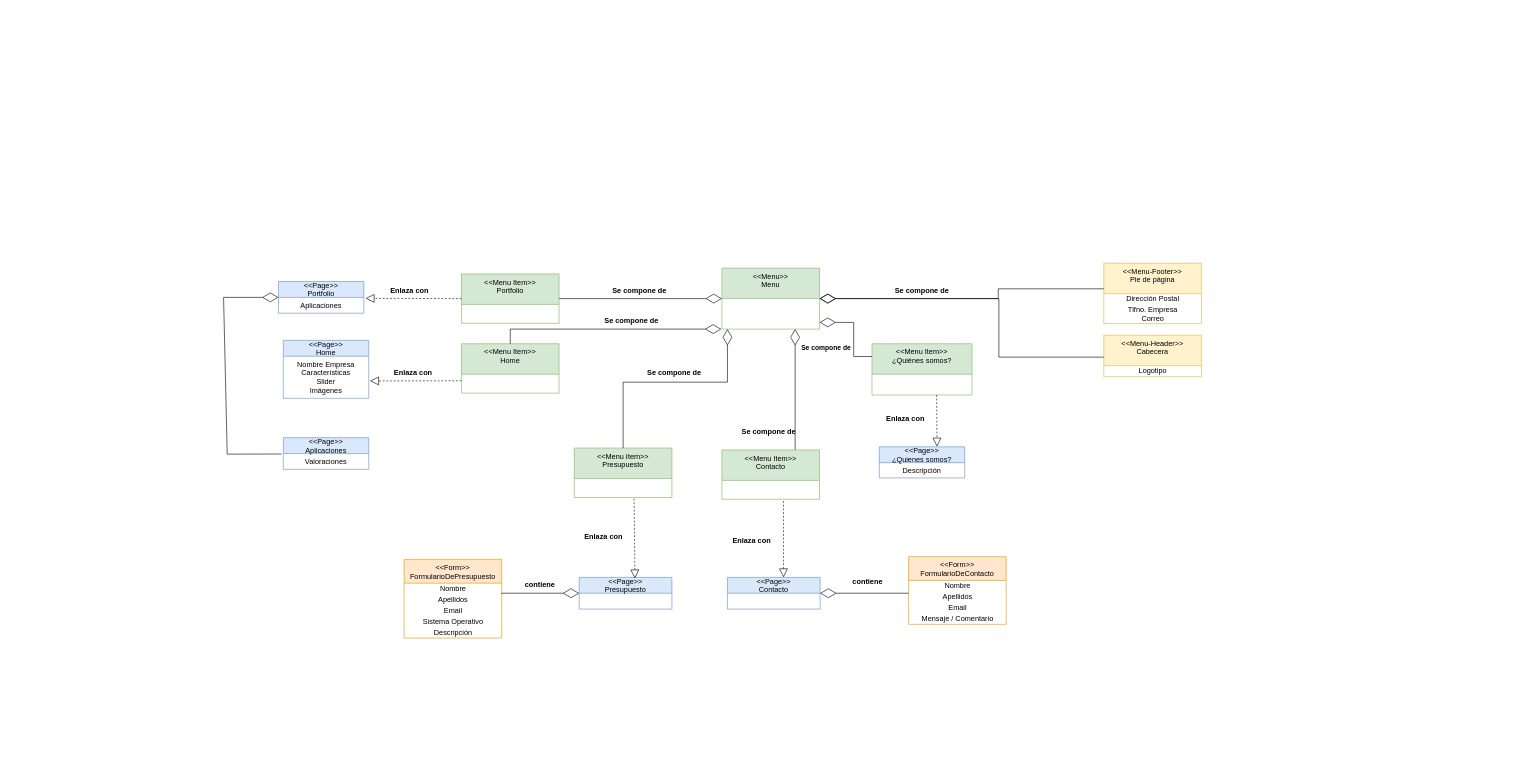
The draw.io diagram Entrega 2 (5 Noviembre)/Documentación Análisis/UML CMS-2 v2.drawio in EsDeSepa/GSI-2122-G04, before the edit. Source tidied: cells renumbered, new cells numbered last; positions are measured from the earlier drawing's top-left corner, leaving out a move shared by most shapes. Both pictures are drawn from the tidied source at 61%, with x=0, y=0 at pixel (223, 263).
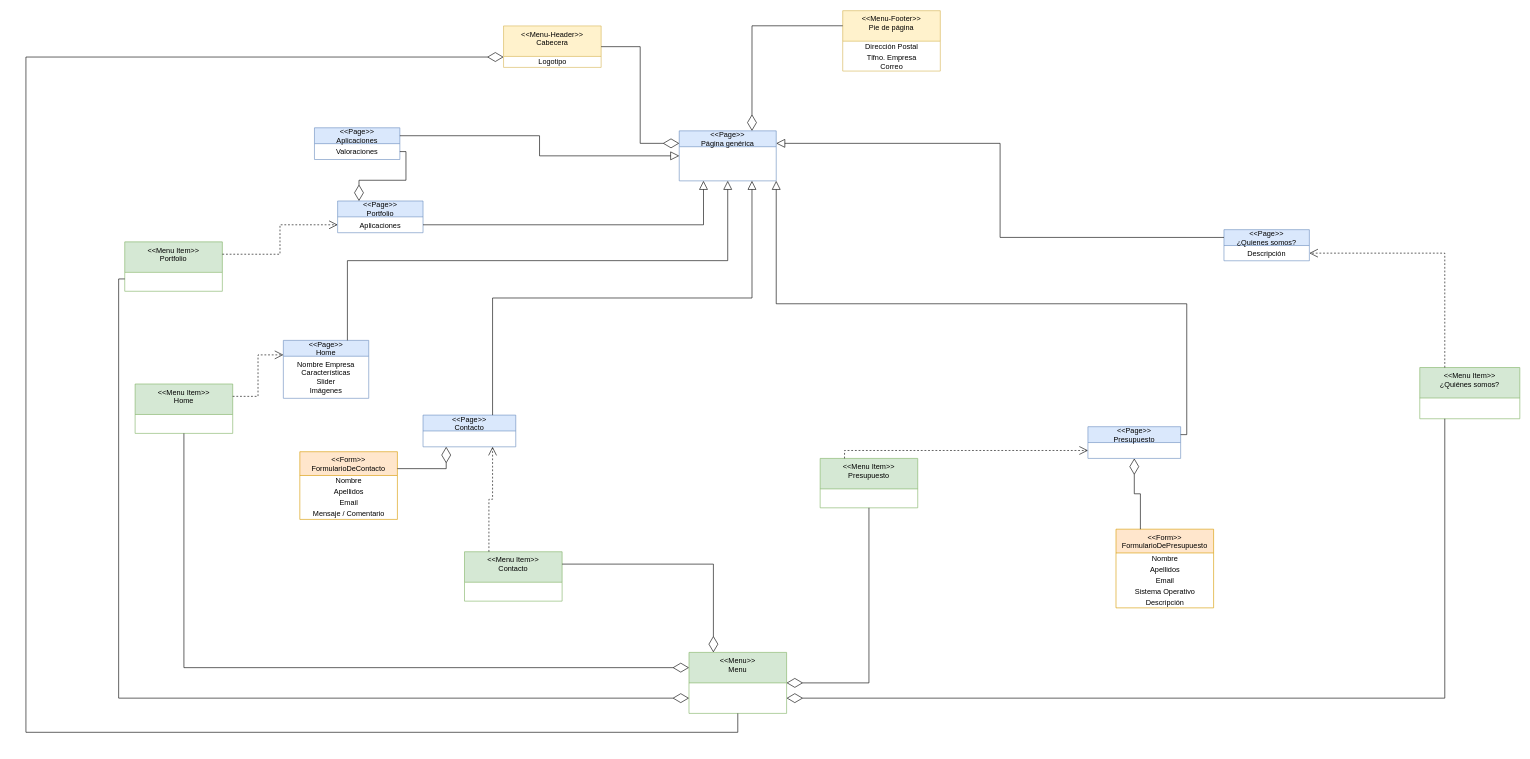
After the change.

Commit message:
Mejora UML

Unchanged cells that the change refers to:
```xml
<mxCell id="27" value="Aplicaciones&#10;" style="text;strokeColor=none;fillColor=none;align=center;verticalAlign=top;spacingLeft=4;spacingRight=4;overflow=hidden;points=[[0,0.5],[1,0.5]];portConstraint=eastwest;" parent="26" vertex="1">
  <mxGeometry y="26" width="140" height="26" as="geometry" />
</mxCell>
<mxCell id="28" value="&lt;&lt;Page&gt;&gt;&#10;Home" style="swimlane;fontStyle=0;horizontal=1;startSize=26;fillColor=#dae8fc;align=center;strokeColor=#6c8ebf;" parent="1" vertex="1">
  <mxGeometry x="98" y="126.5" width="140" height="95" as="geometry" />
</mxCell>
<mxCell id="35" value="Descripción" style="text;strokeColor=none;fillColor=none;align=center;verticalAlign=top;spacingLeft=4;spacingRight=4;overflow=hidden;points=[[0,0.5],[1,0.5]];portConstraint=eastwest;" parent="34" vertex="1">
  <mxGeometry y="26" width="140" height="25" as="geometry" />
</mxCell>
<mxCell id="50" value="Valoraciones" style="text;strokeColor=none;fillColor=none;align=center;verticalAlign=top;spacingLeft=4;spacingRight=4;overflow=hidden;points=[[0,0.5],[1,0.5]];portConstraint=eastwest;" parent="49" vertex="1">
  <mxGeometry y="26" width="140" height="26" as="geometry" />
</mxCell>
```

The edit, as a diff of the source:
```diff
@@
     <mxCell id="2" value="&lt;&lt;Menu&gt;&gt;&#10;Menu" style="swimlane;fontStyle=0;align=center;verticalAlign=top;horizontal=1;startSize=50;fillColor=#d5e8d4;strokeColor=#82b366;" parent="1" vertex="1">
-      <mxGeometry x="817" y="8" width="160" height="100" as="geometry" />
+      <mxGeometry x="763" y="638" width="160" height="100" as="geometry" />
     </mxCell>
     <mxCell id="3" value="&lt;&lt;Menu Item&gt;&gt;&#10;Portfolio" style="swimlane;fontStyle=0;align=center;verticalAlign=top;horizontal=1;startSize=50;fillColor=#d5e8d4;strokeColor=#82b366;" parent="1" vertex="1">
-      <mxGeometry x="390" y="17.5" width="160" height="81" as="geometry" />
+      <mxGeometry x="-162" y="-35" width="160" height="81" as="geometry" />
     </mxCell>
     <mxCell id="4" value="&lt;&lt;Menu Item&gt;&gt;&#10;¿Quiénes somos?" style="swimlane;fontStyle=0;align=center;verticalAlign=top;horizontal=1;startSize=50;fillColor=#d5e8d4;strokeColor=#82b366;" parent="1" vertex="1">
-      <mxGeometry x="1063" y="132" width="164" height="84" as="geometry" />
+      <mxGeometry x="1961" y="171" width="164" height="84" as="geometry" />
     </mxCell>
     <mxCell id="5" value="&lt;&lt;Menu Item&gt;&gt;&#10;Presupuesto" style="swimlane;fontStyle=0;align=center;verticalAlign=top;horizontal=1;startSize=50;fillColor=#d5e8d4;strokeColor=#82b366;" parent="1" vertex="1">
-      <mxGeometry x="575" y="303" width="160" height="81" as="geometry" />
+      <mxGeometry x="978" y="320" width="160" height="81" as="geometry" />
     </mxCell>
     <mxCell id="6" value="&lt;&lt;Form&gt;&gt;&#10;FormularioDeContacto" style="swimlane;fontStyle=0;align=center;verticalAlign=top;horizontal=1;startSize=39;fillColor=#ffe6cc;strokeColor=#d79b00;" parent="1" vertex="1">
-      <mxGeometry x="1123" y="481" width="160" height="111" as="geometry" />
+      <mxGeometry x="125" y="309" width="160" height="111" as="geometry" />
     </mxCell>
@@
     <mxCell id="11" value="&lt;&lt;Menu-Header&gt;&gt;&#10;Cabecera" style="swimlane;fontStyle=0;align=center;verticalAlign=top;horizontal=1;startSize=50;fillColor=#fff2cc;strokeColor=#d6b656;" parent="1" vertex="1">
-      <mxGeometry x="1443" y="118" width="160" height="68" as="geometry" />
+      <mxGeometry x="459" y="-389" width="160" height="68" as="geometry" />
     </mxCell>
@@
     <mxCell id="13" value="&lt;&lt;Menu-Footer&gt;&gt;&#10;Pie de página" style="swimlane;fontStyle=0;align=center;verticalAlign=top;horizontal=1;startSize=50;fillColor=#fff2cc;strokeColor=#d6b656;" parent="1" vertex="1">
-      <mxGeometry x="1443" width="160" height="99" as="geometry" />
+      <mxGeometry x="1015" y="-414" width="160" height="99" as="geometry" />
     </mxCell>
@@
-    <mxCell id="16" style="endArrow=diamondThin;endFill=0;endSize=24;html=1;rounded=0;edgeStyle=orthogonalEdgeStyle;" parent="1" edge="1" source="11" target="2">
-      <mxGeometry relative="1" as="geometry">
-        <Array as="points">
-          <mxPoint x="1520" y="154" />
-          <mxPoint x="1271" y="154" />
-          <mxPoint x="1271" y="58" />
-        </Array>
-      </mxGeometry>
-    </mxCell>
     <mxCell id="17" value="&lt;&lt;Form&gt;&gt;&#10;FormularioDePresupuesto" style="swimlane;fontStyle=0;align=center;verticalAlign=top;horizontal=1;startSize=39;fillColor=#ffe6cc;strokeColor=#d79b00;" parent="1" vertex="1">
-      <mxGeometry x="296" y="485.5" width="160" height="129" as="geometry" />
+      <mxGeometry x="1463" y="436" width="160" height="129" as="geometry" />
     </mxCell>
@@
     <mxCell id="23" value="&lt;&lt;Menu Item&gt;&gt;&#10;Contacto" style="swimlane;fontStyle=0;align=center;verticalAlign=top;horizontal=1;startSize=50;fillColor=#d5e8d4;strokeColor=#82b366;" parent="1" vertex="1">
-      <mxGeometry x="817" y="306" width="160" height="81" as="geometry" />
+      <mxGeometry x="395" y="473" width="160" height="81" as="geometry" />
     </mxCell>
-    <mxCell id="24" style="endArrow=diamondThin;endFill=0;endSize=24;html=1;rounded=0;edgeStyle=orthogonalEdgeStyle;" parent="1" edge="1" source="13" target="2">
-      <mxGeometry relative="1" as="geometry">
-        <Array as="points">
-          <mxPoint x="1270" y="42" />
-          <mxPoint x="1270" y="58" />
-        </Array>
-      </mxGeometry>
-    </mxCell>
     <mxCell id="25" value="&lt;&lt;Menu Item&gt;&gt;&#10;Home" style="swimlane;fontStyle=0;align=center;verticalAlign=top;horizontal=1;startSize=50;fillColor=#d5e8d4;strokeColor=#82b366;" parent="1" vertex="1">
-      <mxGeometry x="390" y="132" width="160" height="81" as="geometry" />
+      <mxGeometry x="-145" y="198" width="160" height="81" as="geometry" />
     </mxCell>
     <mxCell id="26" value="&lt;&lt;Page&gt;&gt;&#10;Portfolio" style="swimlane;fontStyle=0;horizontal=1;startSize=26;fillColor=#dae8fc;align=center;strokeColor=#6c8ebf;" parent="1" vertex="1">
-      <mxGeometry x="90" y="30" width="140" height="52" as="geometry" />
+      <mxGeometry x="187" y="-102" width="140" height="52" as="geometry" />
     </mxCell>
@@
     <mxCell id="30" value="&lt;&lt;Page&gt;&gt;&#10;Presupuesto" style="swimlane;fontStyle=0;horizontal=1;startSize=26;fillColor=#dae8fc;align=center;strokeColor=#6c8ebf;" parent="1" vertex="1">
-      <mxGeometry x="583" y="515" width="152" height="52" as="geometry" />
+      <mxGeometry x="1417" y="268" width="152" height="52" as="geometry" />
     </mxCell>
-    <mxCell id="31" style="endArrow=diamondThin;endFill=0;endSize=24;html=1;rounded=0;entryX=0;entryY=0.5;entryDx=0;entryDy=0;" parent="1" edge="1" target="30">
-      <mxGeometry relative="1" as="geometry">
-        <mxPoint x="455" y="541" as="sourcePoint" />
-      </mxGeometry>
+    <mxCell id="31" style="endArrow=diamondThin;endFill=0;endSize=24;html=1;rounded=0;exitX=0.25;exitY=0;exitDx=0;exitDy=0;entryX=0.5;entryY=1;entryDx=0;entryDy=0;edgeStyle=orthogonalEdgeStyle;" parent="1" edge="1" source="17" target="30">
+      <mxGeometry relative="1" as="geometry" />
     </mxCell>
     <mxCell id="32" value="&lt;&lt;Page&gt;&gt;&#10;Contacto" style="swimlane;fontStyle=0;horizontal=1;startSize=26;fillColor=#dae8fc;align=center;strokeColor=#6c8ebf;" parent="1" vertex="1">
-      <mxGeometry x="826" y="515" width="152" height="52" as="geometry" />
+      <mxGeometry x="327" y="249" width="152" height="52" as="geometry" />
     </mxCell>
-    <mxCell id="33" style="endArrow=diamondThin;endFill=0;endSize=24;html=1;rounded=0;entryX=1;entryY=0.5;entryDx=0;entryDy=0;" parent="1" edge="1" target="32">
-      <mxGeometry relative="1" as="geometry">
-        <mxPoint x="1123" y="541" as="sourcePoint" />
-      </mxGeometry>
-    </mxCell>
     <mxCell id="34" value="&lt;&lt;Page&gt;&gt;&#10;¿Quienes somos?" style="swimlane;fontStyle=0;horizontal=1;startSize=26;fillColor=#dae8fc;align=center;strokeColor=#6c8ebf;" parent="1" vertex="1">
-      <mxGeometry x="1075" y="301" width="140" height="51" as="geometry" />
+      <mxGeometry x="1640" y="-55" width="140" height="51" as="geometry" />
     </mxCell>
@@
-    <mxCell id="36" value="Enlaza con" style="text;align=center;fontStyle=1;verticalAlign=middle;spacingLeft=3;spacingRight=3;strokeColor=none;" parent="1" vertex="1">
-      <mxGeometry x="265" y="33" width="80" height="22" as="geometry" />
-    </mxCell>
-    <mxCell id="37" value="Enlaza con" style="text;align=center;fontStyle=1;verticalAlign=middle;spacingLeft=3;spacingRight=3;strokeColor=none;" parent="1" vertex="1">
-      <mxGeometry x="271" y="168" width="80" height="22" as="geometry" />
-    </mxCell>
-    <mxCell id="38" value="Enlaza con" style="text;align=center;fontStyle=1;verticalAlign=middle;spacingLeft=3;spacingRight=3;strokeColor=none;" parent="1" vertex="1">
-      <mxGeometry x="826" y="443" width="80" height="22" as="geometry" />
-    </mxCell>
-    <mxCell id="39" value="Enlaza con" style="text;align=center;fontStyle=1;verticalAlign=middle;spacingLeft=3;spacingRight=3;strokeColor=none;" parent="1" vertex="1">
-      <mxGeometry x="583" y="436" width="80" height="22" as="geometry" />
-    </mxCell>
-    <mxCell id="40" value="Enlaza con" style="text;align=center;fontStyle=1;verticalAlign=middle;spacingLeft=3;spacingRight=3;strokeColor=none;" parent="1" vertex="1">
-      <mxGeometry x="1078" y="243" width="80" height="22" as="geometry" />
-    </mxCell>
-    <mxCell id="41" value="Se compone de" style="text;align=center;fontStyle=1;verticalAlign=middle;spacingLeft=3;spacingRight=3;strokeColor=none;" parent="1" vertex="1">
-      <mxGeometry x="1105" y="33" width="80" height="22" as="geometry" />
-    </mxCell>
-    <mxCell id="42" value="Se compone de" style="text;align=center;fontStyle=1;verticalAlign=middle;spacingLeft=3;spacingRight=3;strokeColor=none;" parent="1" vertex="1">
-      <mxGeometry x="642" y="33" width="80" height="22" as="geometry" />
-    </mxCell>
-    <mxCell id="43" value="Se compone de" style="text;align=center;fontStyle=1;verticalAlign=middle;spacingLeft=3;spacingRight=3;strokeColor=none;" parent="1" vertex="1">
-      <mxGeometry x="629" y="82" width="80" height="22" as="geometry" />
-    </mxCell>
-    <mxCell id="44" value="Se compone de" style="text;align=center;fontStyle=1;verticalAlign=middle;spacingLeft=3;spacingRight=3;strokeColor=none;" parent="1" vertex="1">
-      <mxGeometry x="854" y="265" width="80" height="22" as="geometry" />
-    </mxCell>
-    <mxCell id="45" value="Se compone de" style="text;align=center;fontStyle=1;verticalAlign=middle;spacingLeft=3;spacingRight=3;strokeColor=none;fontSize=11;" parent="1" vertex="1">
-      <mxGeometry x="948" y="126.5" width="80" height="22" as="geometry" />
-    </mxCell>
-    <mxCell id="46" value="Se compone de" style="text;align=center;fontStyle=1;verticalAlign=middle;spacingLeft=3;spacingRight=3;strokeColor=none;" parent="1" vertex="1">
-      <mxGeometry x="699" y="168" width="80" height="22" as="geometry" />
-    </mxCell>
-    <mxCell id="47" value="contiene" style="text;align=center;fontStyle=1;verticalAlign=middle;spacingLeft=3;spacingRight=3;strokeColor=none;" parent="1" vertex="1">
-      <mxGeometry x="479" y="515" width="80" height="22" as="geometry" />
-    </mxCell>
-    <mxCell id="48" value="contiene" style="text;align=center;fontStyle=1;verticalAlign=middle;spacingLeft=3;spacingRight=3;strokeColor=none;" parent="1" vertex="1">
-      <mxGeometry x="1016" y="511" width="80" height="22" as="geometry" />
-    </mxCell>
     <mxCell id="49" value="&lt;&lt;Page&gt;&gt;&#10;Aplicaciones" style="swimlane;fontStyle=0;horizontal=1;startSize=26;fillColor=#dae8fc;align=center;strokeColor=#6c8ebf;" parent="1" vertex="1">
-      <mxGeometry x="98" y="286" width="140" height="52" as="geometry" />
+      <mxGeometry x="149" y="-222" width="140" height="52" as="geometry" />
     </mxCell>
@@
-    <mxCell id="51" style="endArrow=diamondThin;endFill=0;endSize=24;html=1;rounded=0;entryX=0;entryY=0.5;entryDx=0;entryDy=0;exitX=-0.02;exitY=0.031;exitDx=0;exitDy=0;exitPerimeter=0;" parent="1" edge="1" source="50" target="26">
-      <mxGeometry relative="1" as="geometry">
-        <Array as="points">
-          <mxPoint x="6" y="313" />
-          <mxPoint y="56" />
-        </Array>
-      </mxGeometry>
+    <mxCell id="51" style="endArrow=diamondThin;endFill=0;endSize=24;html=1;rounded=0;entryX=0.25;entryY=0;entryDx=0;entryDy=0;exitX=1;exitY=0.5;exitDx=0;exitDy=0;edgeStyle=orthogonalEdgeStyle;" parent="1" edge="1" source="50" target="26">
+      <mxGeometry relative="1" as="geometry" />
     </mxCell>
-    <mxCell id="52" style="endArrow=diamondThin;endFill=0;endSize=24;html=1;rounded=0;entryX=0;entryY=0.5;entryDx=0;entryDy=0;exitX=1;exitY=0.5;exitDx=0;exitDy=0;" parent="1" edge="1" source="3" target="2">
+    <mxCell id="52" style="endArrow=diamondThin;endFill=0;endSize=24;html=1;rounded=0;entryX=0;entryY=0.75;entryDx=0;entryDy=0;exitX=0;exitY=0.75;exitDx=0;exitDy=0;edgeStyle=orthogonalEdgeStyle;" parent="1" edge="1" source="3" target="2">
       <mxGeometry relative="1" as="geometry" />
     </mxCell>
-    <mxCell id="53" style="endArrow=diamondThin;endFill=0;endSize=24;html=1;rounded=0;exitX=0.5;exitY=0;exitDx=0;exitDy=0;" parent="1" edge="1" source="25">
-      <mxGeometry relative="1" as="geometry">
-        <mxPoint x="816" y="108" as="targetPoint" />
-        <Array as="points">
-          <mxPoint x="470" y="108" />
-        </Array>
-      </mxGeometry>
+    <mxCell id="53" style="endArrow=diamondThin;endFill=0;endSize=24;html=1;rounded=0;exitX=0.5;exitY=1;exitDx=0;exitDy=0;entryX=0;entryY=0.25;entryDx=0;entryDy=0;edgeStyle=orthogonalEdgeStyle;" parent="1" edge="1" source="25" target="2">
+      <mxGeometry relative="1" as="geometry" />
     </mxCell>
-    <mxCell id="54" style="endArrow=diamondThin;endFill=0;endSize=24;html=1;rounded=0;exitX=0.5;exitY=0;exitDx=0;exitDy=0;" parent="1" edge="1" source="5">
-      <mxGeometry relative="1" as="geometry">
-        <mxPoint x="826" y="108" as="targetPoint" />
-        <Array as="points">
-          <mxPoint x="655" y="195" />
-          <mxPoint x="826" y="195" />
-        </Array>
-      </mxGeometry>
+    <mxCell id="54" style="endArrow=diamondThin;endFill=0;endSize=24;html=1;rounded=0;exitX=0.5;exitY=1;exitDx=0;exitDy=0;entryX=1;entryY=0.5;entryDx=0;entryDy=0;edgeStyle=orthogonalEdgeStyle;" parent="1" edge="1" source="5" target="2">
+      <mxGeometry relative="1" as="geometry" />
     </mxCell>
-    <mxCell id="55" style="endArrow=diamondThin;endFill=0;endSize=24;html=1;rounded=0;exitX=0.75;exitY=0;exitDx=0;exitDy=0;entryX=0.75;entryY=1;entryDx=0;entryDy=0;" parent="1" edge="1" source="23" target="2">
+    <mxCell id="55" style="endArrow=diamondThin;endFill=0;endSize=24;html=1;rounded=0;exitX=1;exitY=0.25;exitDx=0;exitDy=0;entryX=0.25;entryY=0;entryDx=0;entryDy=0;edgeStyle=orthogonalEdgeStyle;" parent="1" edge="1" source="23" target="2">
       <mxGeometry relative="1" as="geometry" />
     </mxCell>
-    <mxCell id="56" style="endArrow=diamondThin;endFill=0;endSize=24;html=1;rounded=0;exitX=0;exitY=0.25;exitDx=0;exitDy=0;" parent="1" edge="1" source="4">
-      <mxGeometry relative="1" as="geometry">
-        <mxPoint x="977" y="97" as="targetPoint" />
-        <Array as="points">
-          <mxPoint x="1033" y="153" />
-          <mxPoint x="1033" y="97" />
-        </Array>
-      </mxGeometry>
+    <mxCell id="56" style="endArrow=diamondThin;endFill=0;endSize=24;html=1;rounded=0;exitX=0.25;exitY=1;exitDx=0;exitDy=0;entryX=1;entryY=0.75;entryDx=0;entryDy=0;edgeStyle=orthogonalEdgeStyle;" parent="1" edge="1" source="4" target="2">
+      <mxGeometry relative="1" as="geometry" />
     </mxCell>
+    <mxCell id="62" value="&lt;&lt;Page&gt;&gt;&#10;Página genérica" style="swimlane;fontStyle=0;horizontal=1;startSize=26;fillColor=#dae8fc;align=center;strokeColor=#6c8ebf;" parent="1" vertex="1" collapsed="1">
+      <mxGeometry x="747" y="-217" width="159" height="82" as="geometry" />
+    </mxCell>
+    <mxCell id="63" style="endArrow=diamondThin;endFill=0;endSize=24;html=1;rounded=0;edgeStyle=orthogonalEdgeStyle;entryX=0;entryY=0.75;entryDx=0;entryDy=0;exitX=0.5;exitY=1;exitDx=0;exitDy=0;" parent="1" edge="1" source="2" target="11">
+      <mxGeometry relative="1" as="geometry">
+        <Array as="points">
+          <mxPoint x="843" y="769" />
+          <mxPoint x="-324" y="769" />
+          <mxPoint x="-324" y="-338" />
+        </Array>
+      </mxGeometry>
+    </mxCell>
+    <mxCell id="64" style="endArrow=diamondThin;endFill=0;endSize=24;html=1;rounded=0;edgeStyle=orthogonalEdgeStyle;entryX=0;entryY=0.25;entryDx=0;entryDy=0;exitX=1;exitY=0.5;exitDx=0;exitDy=0;" parent="1" edge="1" source="11" target="62">
+      <mxGeometry relative="1" as="geometry" />
+    </mxCell>
+    <mxCell id="65" style="endArrow=diamondThin;endFill=0;endSize=24;html=1;rounded=0;edgeStyle=orthogonalEdgeStyle;entryX=0.75;entryY=0;entryDx=0;entryDy=0;exitX=0;exitY=0.25;exitDx=0;exitDy=0;" parent="1" edge="1" source="13" target="62">
+      <mxGeometry relative="1" as="geometry" />
+    </mxCell>
+    <mxCell id="66" style="endArrow=block;endFill=0;endSize=12;html=1;rounded=0;edgeStyle=orthogonalEdgeStyle;entryX=0.25;entryY=1;entryDx=0;entryDy=0;exitX=1;exitY=0.5;exitDx=0;exitDy=0;" parent="1" edge="1" source="27" target="62">
+      <mxGeometry relative="1" as="geometry" />
+    </mxCell>
+    <mxCell id="67" style="endArrow=block;endFill=0;endSize=12;html=1;rounded=0;edgeStyle=orthogonalEdgeStyle;entryX=0.5;entryY=1;entryDx=0;entryDy=0;exitX=0.75;exitY=0;exitDx=0;exitDy=0;" parent="1" edge="1" source="28" target="62">
+      <mxGeometry relative="1" as="geometry" />
+    </mxCell>
+    <mxCell id="68" style="endArrow=block;endFill=0;endSize=12;html=1;rounded=0;edgeStyle=orthogonalEdgeStyle;entryX=1;entryY=1;entryDx=0;entryDy=0;exitX=1;exitY=0.25;exitDx=0;exitDy=0;" parent="1" edge="1" source="30" target="62">
+      <mxGeometry relative="1" as="geometry" />
+    </mxCell>
+    <mxCell id="69" style="endArrow=block;endFill=0;endSize=12;html=1;rounded=0;edgeStyle=orthogonalEdgeStyle;entryX=0.75;entryY=1;entryDx=0;entryDy=0;exitX=0.75;exitY=0;exitDx=0;exitDy=0;" parent="1" edge="1" source="32" target="62">
+      <mxGeometry relative="1" as="geometry" />
+    </mxCell>
+    <mxCell id="70" style="endArrow=block;endFill=0;endSize=12;html=1;rounded=0;edgeStyle=orthogonalEdgeStyle;exitX=0;exitY=0.25;exitDx=0;exitDy=0;entryX=1;entryY=0.25;entryDx=0;entryDy=0;" parent="1" edge="1" source="34" target="62">
+      <mxGeometry relative="1" as="geometry" />
+    </mxCell>
+    <mxCell id="71" style="endArrow=diamondThin;endFill=0;endSize=24;html=1;rounded=0;edgeStyle=orthogonalEdgeStyle;entryX=0.25;entryY=1;entryDx=0;entryDy=0;exitX=1;exitY=0.25;exitDx=0;exitDy=0;" parent="1" edge="1" source="6" target="32">
+      <mxGeometry relative="1" as="geometry" />
+    </mxCell>
+    <mxCell id="72" style="endArrow=block;endFill=0;endSize=12;html=1;rounded=0;edgeStyle=orthogonalEdgeStyle;entryX=0;entryY=0.5;entryDx=0;entryDy=0;exitX=1;exitY=0.25;exitDx=0;exitDy=0;" parent="1" edge="1" source="49" target="62">
+      <mxGeometry relative="1" as="geometry" />
+    </mxCell>
-    <mxCell id="57" style="endArrow=block;dashed=1;endFill=0;endSize=12;html=1;rounded=0;fontSize=11;exitX=0;exitY=0.5;exitDx=0;exitDy=0;entryX=1.02;entryY=0.062;entryDx=0;entryDy=0;entryPerimeter=0;" parent="1" edge="1" source="3" target="27">
+    <mxCell id="57" style="endArrow=open;dashed=1;endFill=1;endSize=12;html=1;rounded=0;edgeStyle=orthogonalEdgeStyle;entryX=0;entryY=0.5;entryDx=0;entryDy=0;exitX=1;exitY=0.25;exitDx=0;exitDy=0;" parent="1" edge="1" source="3" target="27">
       <mxGeometry relative="1" as="geometry" />
     </mxCell>
-    <mxCell id="58" style="endArrow=block;dashed=1;endFill=0;endSize=12;html=1;rounded=0;fontSize=11;exitX=0;exitY=0.75;exitDx=0;exitDy=0;" parent="1" edge="1" source="25">
-      <mxGeometry relative="1" as="geometry">
-        <mxPoint x="240" y="193" as="targetPoint" />
-      </mxGeometry>
-    </mxCell>
-    <mxCell id="59" style="endArrow=block;dashed=1;endFill=0;endSize=12;html=1;rounded=0;fontSize=11;entryX=0.601;entryY=0.035;entryDx=0;entryDy=0;entryPerimeter=0;" parent="1" edge="1" target="30">
-      <mxGeometry relative="1" as="geometry">
-        <mxPoint x="673" y="386" as="sourcePoint" />
-      </mxGeometry>
-    </mxCell>
-    <mxCell id="60" style="endArrow=block;dashed=1;endFill=0;endSize=12;html=1;rounded=0;fontSize=11;entryX=0.605;entryY=0;entryDx=0;entryDy=0;entryPerimeter=0;" parent="1" edge="1" target="32">
-      <mxGeometry relative="1" as="geometry">
-        <mxPoint x="918" y="390" as="sourcePoint" />
-      </mxGeometry>
-    </mxCell>
-    <mxCell id="61" style="endArrow=block;dashed=1;endFill=0;endSize=12;html=1;rounded=0;fontSize=11;entryX=0.676;entryY=-0.004;entryDx=0;entryDy=0;entryPerimeter=0;" parent="1" edge="1" target="34">
-      <mxGeometry relative="1" as="geometry">
-        <mxPoint x="1169" y="216" as="sourcePoint" />
-      </mxGeometry>
-    </mxCell>
+    <mxCell id="73" style="endArrow=open;dashed=1;endFill=1;endSize=12;html=1;rounded=0;edgeStyle=orthogonalEdgeStyle;entryX=0;entryY=0.25;entryDx=0;entryDy=0;exitX=1;exitY=0.25;exitDx=0;exitDy=0;" parent="1" edge="1" source="25" target="28">
+      <mxGeometry relative="1" as="geometry" />
+    </mxCell>
+    <mxCell id="74" style="endArrow=open;dashed=1;endFill=1;endSize=12;html=1;rounded=0;edgeStyle=orthogonalEdgeStyle;entryX=0.75;entryY=1;entryDx=0;entryDy=0;exitX=0.25;exitY=0;exitDx=0;exitDy=0;" parent="1" edge="1" source="23" target="32">
+      <mxGeometry relative="1" as="geometry" />
+    </mxCell>
+    <mxCell id="75" style="endArrow=open;dashed=1;endFill=1;endSize=12;html=1;rounded=0;edgeStyle=orthogonalEdgeStyle;entryX=1;entryY=0.5;entryDx=0;entryDy=0;exitX=0.25;exitY=0;exitDx=0;exitDy=0;" parent="1" edge="1" source="4" target="35">
+      <mxGeometry relative="1" as="geometry" />
+    </mxCell>
+    <mxCell id="76" style="endArrow=open;dashed=1;endFill=1;endSize=12;html=1;rounded=0;edgeStyle=orthogonalEdgeStyle;entryX=0;entryY=0.75;entryDx=0;entryDy=0;exitX=0.25;exitY=0;exitDx=0;exitDy=0;" parent="1" edge="1" source="5" target="30">
+      <mxGeometry relative="1" as="geometry" />
+    </mxCell>
```
